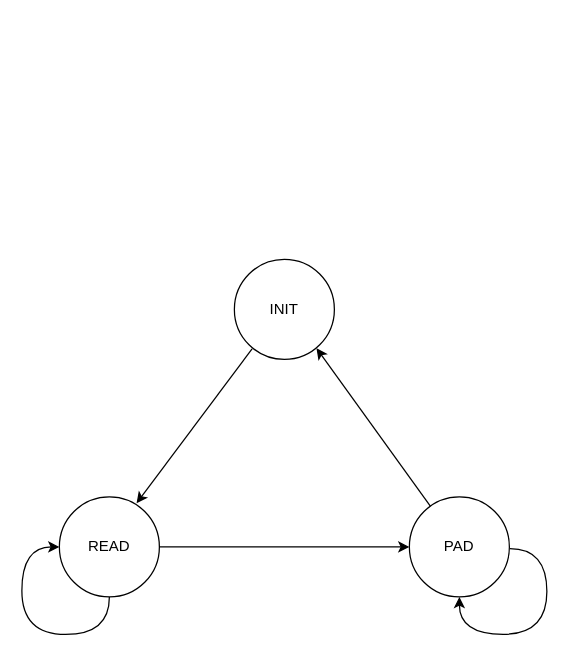
The draw.io diagram fsm.drawio in sheldonz7/I2S-audio-pipeline, before the edit. Source tidied: cells renumbered, new cells numbered last; positions are measured from the earlier drawing's top-left corner, leaving out a move shared by most shapes. Both pictures are drawn from the tidied source at 125%, with x=0, y=0 at pixel (21, 259).
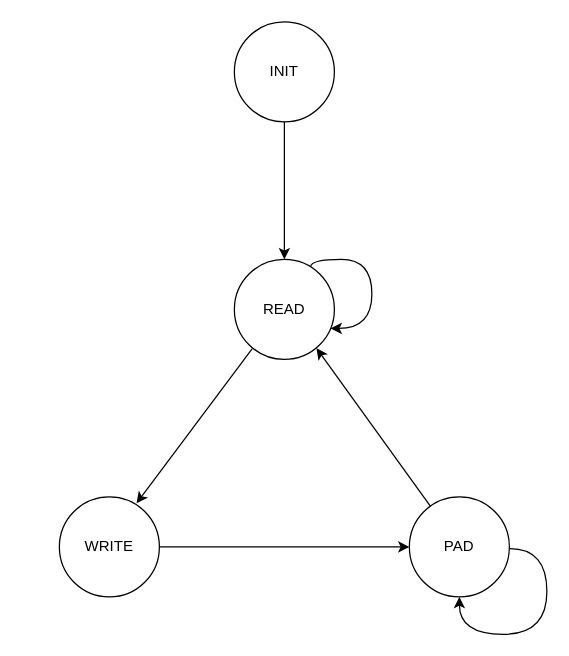
The same page after the edit.

What changed in the source:
```diff
@@
 <mxGraphModel>
   <root>
     <mxCell id="0" />
     <mxCell id="1" parent="0" />
     <mxCell id="2" style="edgeStyle=none;html=1;exitX=0.177;exitY=0.895;exitDx=0;exitDy=0;entryX=0.772;entryY=0.063;entryDx=0;entryDy=0;exitPerimeter=0;entryPerimeter=0;" parent="1" edge="1" source="3" target="5">
       <mxGeometry relative="1" as="geometry" />
     </mxCell>
-    <mxCell id="3" value="INIT" style="ellipse;whiteSpace=wrap;html=1;" parent="1" vertex="1">
+    <mxCell id="3" value="READ" style="ellipse;whiteSpace=wrap;html=1;" parent="1" vertex="1">
       <mxGeometry x="170" width="80" height="80" as="geometry" />
     </mxCell>
     <mxCell id="4" style="edgeStyle=none;html=1;exitX=1;exitY=0.5;exitDx=0;exitDy=0;entryX=0;entryY=0.5;entryDx=0;entryDy=0;" parent="1" edge="1" source="5" target="7">
       <mxGeometry relative="1" as="geometry" />
     </mxCell>
-    <mxCell id="5" value="READ" style="ellipse;whiteSpace=wrap;html=1;" parent="1" vertex="1">
+    <mxCell id="5" value="WRITE" style="ellipse;whiteSpace=wrap;html=1;" parent="1" vertex="1">
       <mxGeometry x="30" y="190" width="80" height="80" as="geometry" />
     </mxCell>
     <mxCell id="6" style="edgeStyle=none;html=1;exitX=0.215;exitY=0.1;exitDx=0;exitDy=0;exitPerimeter=0;entryX=0.821;entryY=0.888;entryDx=0;entryDy=0;entryPerimeter=0;" parent="1" edge="1" source="7" target="3">
       <mxGeometry relative="1" as="geometry" />
     </mxCell>
     <mxCell id="7" value="PAD" style="ellipse;whiteSpace=wrap;html=1;" parent="1" vertex="1">
       <mxGeometry x="310" y="190" width="80" height="80" as="geometry" />
     </mxCell>
-    <mxCell id="8" style="edgeStyle=orthogonalEdgeStyle;curved=1;html=1;exitX=0.5;exitY=1;exitDx=0;exitDy=0;entryX=0;entryY=0.5;entryDx=0;entryDy=0;" parent="1" edge="1" source="5" target="5">
-      <mxGeometry relative="1" as="geometry">
-        <Array as="points">
-          <mxPoint x="70" y="300" />
-          <mxPoint y="300" />
-          <mxPoint y="230" />
-        </Array>
-      </mxGeometry>
-    </mxCell>
     <mxCell id="9" style="edgeStyle=orthogonalEdgeStyle;curved=1;html=1;exitX=1.004;exitY=0.518;exitDx=0;exitDy=0;exitPerimeter=0;entryX=0.5;entryY=1;entryDx=0;entryDy=0;" parent="1" edge="1" source="7" target="7">
       <mxGeometry relative="1" as="geometry">
         <Array as="points">
           <mxPoint x="420" y="231" />
           <mxPoint x="420" y="300" />
           <mxPoint x="350" y="300" />
         </Array>
       </mxGeometry>
     </mxCell>
+    <mxCell id="10" style="edgeStyle=none;html=1;exitX=0.5;exitY=1;exitDx=0;exitDy=0;entryX=0.5;entryY=0;entryDx=0;entryDy=0;" parent="1" edge="1" source="11" target="3">
+      <mxGeometry relative="1" as="geometry" />
+    </mxCell>
+    <mxCell id="11" value="INIT" style="ellipse;whiteSpace=wrap;html=1;" parent="1" vertex="1">
+      <mxGeometry x="170" y="-190" width="80" height="80" as="geometry" />
+    </mxCell>
+    <mxCell id="12" style="edgeStyle=orthogonalEdgeStyle;html=1;exitX=0.763;exitY=0.075;exitDx=0;exitDy=0;curved=1;entryX=0.963;entryY=0.69;entryDx=0;entryDy=0;entryPerimeter=0;exitPerimeter=0;" parent="1" edge="1" source="3" target="3">
+      <mxGeometry relative="1" as="geometry">
+        <Array as="points">
+          <mxPoint x="231" />
+          <mxPoint x="280" />
+          <mxPoint x="280" y="55" />
+        </Array>
+      </mxGeometry>
+    </mxCell>
   </root>
 </mxGraphModel>
```
